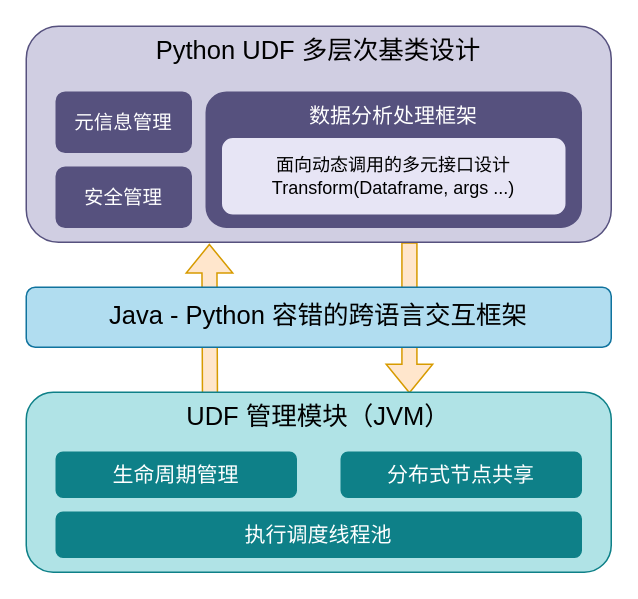
The draw.io diagram page "研究内容框架 的副本" (8 of 17) of test.drawio in shinyano/drawio, before the edit. Source tidied: cells renumbered, new cells numbered last; positions are measured from the earlier drawing's top-left corner, leaving out a move shared by most shapes. Both pictures are drawn from the tidied source at 150%, with x=0, y=0 at pixel (26, 26).
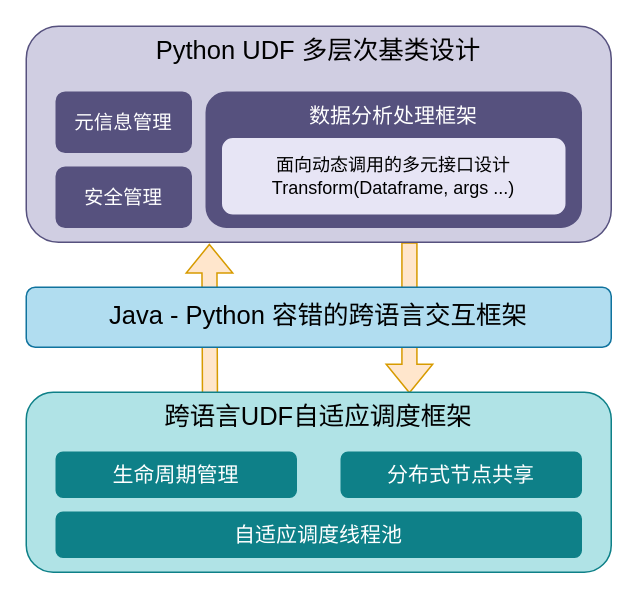
Above is the later version.

Diff of the diagram source:
```diff
@@
 <mxGraphModel>
   <root>
     <mxCell id="0" />
     <mxCell id="1" parent="0" />
     <mxCell id="2" style="shape=flexArrow;endArrow=classic;html=1;rounded=0;exitX=0.314;exitY=0.01;exitDx=0;exitDy=0;exitPerimeter=0;entryX=0.313;entryY=1.007;entryDx=0;entryDy=0;entryPerimeter=0;fillColor=#ffe6cc;strokeColor=#d79b00;" parent="1" edge="1" source="12" target="6">
       <mxGeometry relative="1" as="geometry" />
     </mxCell>
     <mxCell id="3" style="shape=flexArrow;endArrow=classic;html=1;rounded=0;exitX=0.655;exitY=1;exitDx=0;exitDy=0;exitPerimeter=0;entryX=0.655;entryY=0.007;entryDx=0;entryDy=0;entryPerimeter=0;fillColor=#ffe6cc;strokeColor=#d79b00;" parent="1" edge="1" source="6" target="12">
       <mxGeometry relative="1" as="geometry" />
     </mxCell>
     <mxCell id="4" value="Java - Python 容错的跨语言交互框架" style="rounded=1;whiteSpace=wrap;html=1;fontSize=17;fillColor=#b1ddf0;strokeColor=#10739e;" parent="1" vertex="1">
       <mxGeometry y="174" width="390" height="40" as="geometry" />
     </mxCell>
     <mxCell id="5" style="edgeStyle=orthogonalEdgeStyle;rounded=0;orthogonalLoop=1;jettySize=auto;html=1;exitX=0.5;exitY=1;exitDx=0;exitDy=0;" parent="1" edge="1" source="4" target="4">
       <mxGeometry relative="1" as="geometry" />
     </mxCell>
     <mxCell id="6" value="&lt;font&gt;Python UDF 多层次基类设计&lt;/font&gt;" style="rounded=1;whiteSpace=wrap;html=1;verticalAlign=top;fontSize=17;fillColor=#d0cee2;strokeColor=#56517e;" parent="1" vertex="1">
       <mxGeometry width="390" height="144" as="geometry" />
     </mxCell>
     <mxCell id="7" value="元信息管理" style="rounded=1;whiteSpace=wrap;html=1;fontSize=13;fillColor=#56517E;strokeColor=#56517e;gradientColor=none;fontColor=light-dark(#ffffff, #ededed);" parent="1" vertex="1">
       <mxGeometry x="20" y="44" width="90" height="40" as="geometry" />
     </mxCell>
     <mxCell id="8" value="数据分析处理框架" style="rounded=1;whiteSpace=wrap;html=1;verticalAlign=top;fontSize=14;spacingTop=1;fillColor=light-dark(#56517e, #3b394a);strokeColor=#56517e;fontColor=light-dark(#ffffff, #ededed);" parent="1" vertex="1">
       <mxGeometry x="120" y="44" width="250" height="90" as="geometry" />
     </mxCell>
     <mxCell id="9" value="安全管理" style="rounded=1;whiteSpace=wrap;html=1;fontSize=13;fillColor=#56517E;strokeColor=#56517e;gradientColor=none;fontColor=light-dark(#ffffff, #ededed);" parent="1" vertex="1">
       <mxGeometry x="20" y="94" width="90" height="40" as="geometry" />
     </mxCell>
     <mxCell id="10" value="&lt;div&gt;面向动态调用的多元接口设计&lt;/div&gt;&lt;div&gt;&lt;span style=&quot;background-color: transparent; color: light-dark(rgb(0, 0, 0), rgb(255, 255, 255));&quot;&gt;Transform(Dataframe, args ...)&lt;/span&gt;&lt;/div&gt;" style="rounded=1;whiteSpace=wrap;html=1;fillColor=light-dark(#e7e5f5, #3b394a);strokeColor=#56517e;" parent="1" vertex="1">
       <mxGeometry x="130" y="74" width="230" height="52" as="geometry" />
     </mxCell>
     <mxCell id="11" style="group;" parent="1" vertex="1">
       <mxGeometry y="244" width="390" height="120" as="geometry" />
     </mxCell>
-    <mxCell id="12" value="UDF 管理模块（JVM）" style="rounded=1;whiteSpace=wrap;html=1;verticalAlign=top;fontSize=17;fillColor=#b0e3e6;strokeColor=#0e8088;" parent="11" vertex="1">
+    <mxCell id="12" value="跨语言UDF自适应调度框架" style="rounded=1;whiteSpace=wrap;html=1;verticalAlign=top;fontSize=17;fillColor=#b0e3e6;strokeColor=#0e8088;" parent="11" vertex="1">
       <mxGeometry width="390" height="120" as="geometry" />
     </mxCell>
-    <mxCell id="13" value="执行调度线程池" style="rounded=1;whiteSpace=wrap;html=1;fontSize=14;fillColor=light-dark(#0e8088, #103c3f);strokeColor=#0e8088;fontColor=light-dark(#ffffff, #ededed);" parent="11" vertex="1">
+    <mxCell id="13" value="自适应调度线程池" style="rounded=1;whiteSpace=wrap;html=1;fontSize=14;fillColor=light-dark(#0e8088, #103c3f);strokeColor=#0e8088;fontColor=light-dark(#ffffff, #ededed);" parent="11" vertex="1">
       <mxGeometry x="20" y="80" width="350" height="30" as="geometry" />
     </mxCell>
     <mxCell id="14" value="生命周期管理" style="rounded=1;whiteSpace=wrap;html=1;fontSize=14;fillColor=#0E8088;strokeColor=#0e8088;labelBackgroundColor=none;labelBorderColor=none;fontColor=#FFFFFF;" parent="11" vertex="1">
       <mxGeometry x="20" y="40" width="160" height="30" as="geometry" />
     </mxCell>
     <mxCell id="15" value="分布式节点共享" style="rounded=1;whiteSpace=wrap;html=1;fontSize=14;fillColor=#0E8088;strokeColor=#0e8088;labelBackgroundColor=none;labelBorderColor=none;fontColor=#FFFFFF;" parent="11" vertex="1">
       <mxGeometry x="210" y="40" width="160" height="30" as="geometry" />
     </mxCell>
   </root>
 </mxGraphModel>
```
